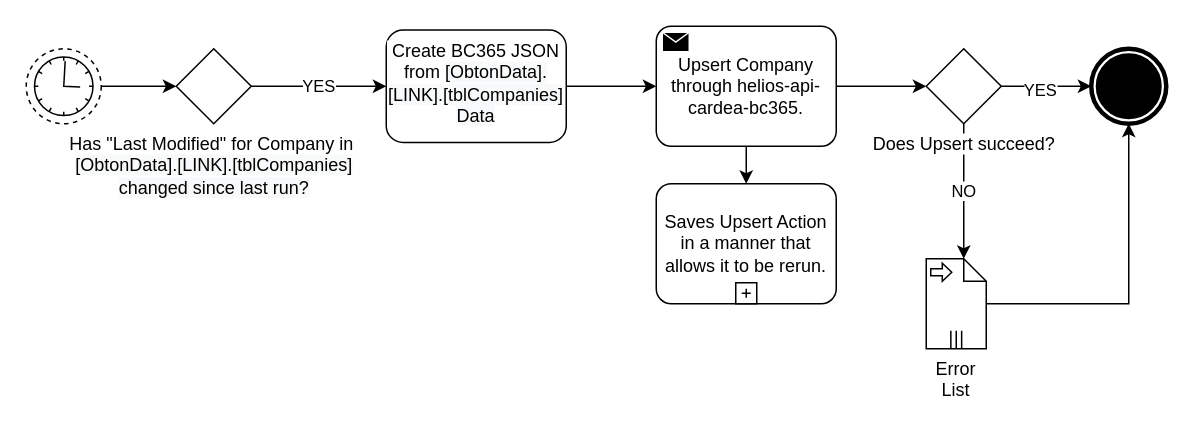
enkopvand/enterprise-architecture keeps this draw.io diagram as page "UpsertCompany" (2 of 8) of bc365.drawio. Above is the earlier version. Source tidied: cells renumbered, new cells numbered last; positions are measured from the earlier drawing's top-left corner, leaving out a move shared by most shapes. Both pictures are drawn from the tidied source at 150%, with x=0, y=0 at pixel (26, 26).
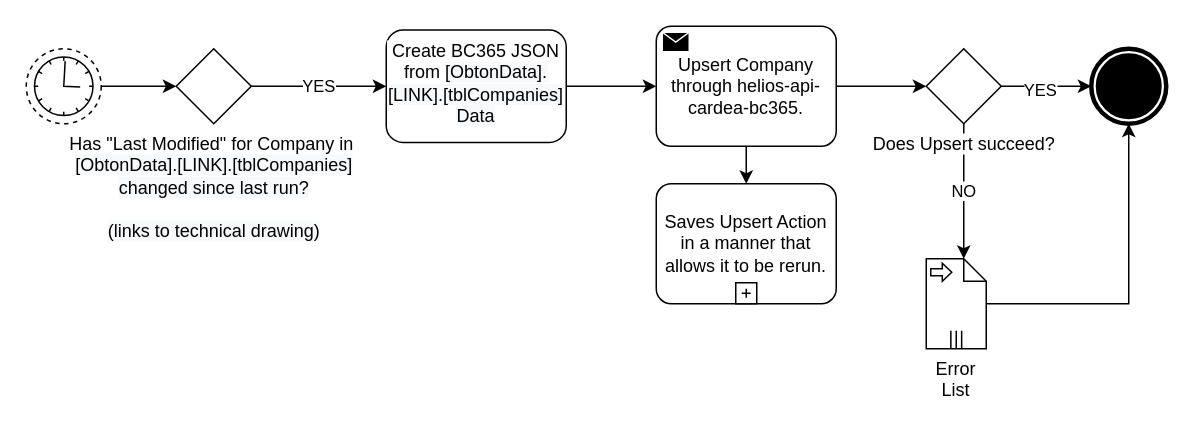
The same diagram, later.

Diff of the diagram source:
```diff
@@
 <mxGraphModel>
   <root>
     <mxCell id="0" />
     <mxCell id="1" parent="0" />
     <mxCell id="2" style="edgeStyle=orthogonalEdgeStyle;rounded=0;jettySize=auto;html=1;entryX=0;entryY=0.5;entryDx=0;entryDy=0;entryPerimeter=0;" parent="1" edge="1" source="3" target="7">
       <mxGeometry relative="1" as="geometry" />
     </mxCell>
     <mxCell id="3" style="points=[[0.145,0.145,0],[0.5,0,0],[0.855,0.145,0],[1,0.5,0],[0.855,0.855,0],[0.5,1,0],[0.145,0.855,0],[0,0.5,0]];shape=mxgraph.bpmn.event;html=1;verticalLabelPosition=bottom;labelBackgroundColor=#ffffff;verticalAlign=top;align=center;perimeter=ellipsePerimeter;outlineConnect=0;outline=eventNonint;symbol=timer;" parent="1" vertex="1">
       <mxGeometry y="15" width="50" height="50" as="geometry" />
     </mxCell>
     <mxCell id="4" value="YES" style="edgeStyle=orthogonalEdgeStyle;rounded=0;jettySize=auto;html=1;" parent="1" edge="1" source="7" target="6">
       <mxGeometry relative="1" as="geometry" />
     </mxCell>
     <mxCell id="5" style="edgeStyle=orthogonalEdgeStyle;rounded=0;jettySize=auto;html=1;entryX=0;entryY=0.5;entryDx=0;entryDy=0;entryPerimeter=0;" parent="1" edge="1" source="6" target="11">
       <mxGeometry relative="1" as="geometry" />
     </mxCell>
     <mxCell id="6" value="Create BC365 JSON from&amp;nbsp;&lt;span style=&quot;background-color: rgb(248, 249, 250);&quot;&gt;[ObtonData].[LINK].[tblCompanies] Data&lt;/span&gt;" style="rounded=1;whiteSpace=wrap;html=1;verticalAlign=top;labelBackgroundColor=#ffffff;spacingBottom=0;spacingTop=0;" parent="1" vertex="1">
       <mxGeometry x="240" y="2.5" width="120" height="75" as="geometry" />
     </mxCell>
-    <mxCell id="7" value="Has &quot;Last Modified&quot; for Company in&amp;nbsp;&lt;br&gt;&lt;span style=&quot;background-color: rgb(248, 249, 250);&quot;&gt;[ObtonData].[LINK].[tblCompanies] &lt;br&gt;changed since last run?&lt;/span&gt;" style="points=[[0.25,0.25,0],[0.5,0,0],[0.75,0.25,0],[1,0.5,0],[0.75,0.75,0],[0.5,1,0],[0.25,0.75,0],[0,0.5,0]];shape=mxgraph.bpmn.gateway2;html=1;verticalLabelPosition=bottom;labelBackgroundColor=#ffffff;verticalAlign=top;align=center;perimeter=rhombusPerimeter;outlineConnect=0;outline=none;symbol=none;" parent="1" vertex="1">
+    <mxCell id="7" value="Has &quot;Last Modified&quot; for Company in&amp;nbsp;&lt;br&gt;&lt;span style=&quot;background-color: rgb(248, 249, 250);&quot;&gt;[ObtonData].[LINK].[tblCompanies] &lt;br&gt;changed since last run?&lt;br&gt;&lt;br&gt;(links to technical drawing)&lt;br&gt;&lt;/span&gt;" style="points=[[0.25,0.25,0],[0.5,0,0],[0.75,0.25,0],[1,0.5,0],[0.75,0.75,0],[0.5,1,0],[0.25,0.75,0],[0,0.5,0]];shape=mxgraph.bpmn.gateway2;html=1;verticalLabelPosition=bottom;labelBackgroundColor=#ffffff;verticalAlign=top;align=center;perimeter=rhombusPerimeter;outlineConnect=0;outline=none;symbol=none;" parent="1" vertex="1">
       <mxGeometry x="100" y="15" width="50" height="50" as="geometry" />
     </mxCell>
     <mxCell id="8" value="Saves Upsert Action in a manner that allows it to be rerun." style="points=[[0.25,0,0],[0.5,0,0],[0.75,0,0],[1,0.25,0],[1,0.5,0],[1,0.75,0],[0.75,1,0],[0.5,1,0],[0.25,1,0],[0,0.75,0],[0,0.5,0],[0,0.25,0]];shape=mxgraph.bpmn.task;whiteSpace=wrap;rectStyle=rounded;size=10;taskMarker=abstract;isLoopSub=1;" parent="1" vertex="1">
       <mxGeometry x="420" y="105" width="120" height="80" as="geometry" />
     </mxCell>
     <mxCell id="9" style="edgeStyle=orthogonalEdgeStyle;rounded=0;jettySize=auto;html=1;" parent="1" edge="1" source="11" target="8">
       <mxGeometry relative="1" as="geometry" />
     </mxCell>
     <mxCell id="10" style="edgeStyle=orthogonalEdgeStyle;rounded=0;jettySize=auto;html=1;entryX=0;entryY=0.5;entryDx=0;entryDy=0;entryPerimeter=0;" parent="1" edge="1" source="11" target="15">
       <mxGeometry relative="1" as="geometry" />
     </mxCell>
     <mxCell id="11" value="Upsert Company through helios-api-cardea-bc365." style="points=[[0.25,0,0],[0.5,0,0],[0.75,0,0],[1,0.25,0],[1,0.5,0],[1,0.75,0],[0.75,1,0],[0.5,1,0],[0.25,1,0],[0,0.75,0],[0,0.5,0],[0,0.25,0]];shape=mxgraph.bpmn.task;whiteSpace=wrap;rectStyle=rounded;size=10;taskMarker=send;" parent="1" vertex="1">
       <mxGeometry x="420" width="120" height="80" as="geometry" />
     </mxCell>
     <mxCell id="12" style="edgeStyle=orthogonalEdgeStyle;rounded=0;jettySize=auto;html=1;entryX=0;entryY=0.5;entryDx=0;entryDy=0;entryPerimeter=0;" parent="1" edge="1" source="15" target="16">
       <mxGeometry relative="1" as="geometry" />
     </mxCell>
     <mxCell id="13" value="YES" style="edgeLabel;html=1;align=center;verticalAlign=middle;" parent="12" vertex="1">
       <mxGeometry x="-0.18" y="-2" relative="1" as="geometry" />
     </mxCell>
     <mxCell id="14" value="NO" style="edgeStyle=orthogonalEdgeStyle;rounded=0;jettySize=auto;html=1;entryX=0;entryY=0;entryDx=25;entryDy=0;entryPerimeter=0;" parent="1" edge="1" source="15" target="18">
       <mxGeometry relative="1" as="geometry" />
     </mxCell>
     <mxCell id="15" value="Does Upsert succeed?" style="points=[[0.25,0.25,0],[0.5,0,0],[0.75,0.25,0],[1,0.5,0],[0.75,0.75,0],[0.5,1,0],[0.25,0.75,0],[0,0.5,0]];shape=mxgraph.bpmn.gateway2;html=1;verticalLabelPosition=bottom;labelBackgroundColor=#ffffff;verticalAlign=top;align=center;perimeter=rhombusPerimeter;outlineConnect=0;outline=none;symbol=none;" parent="1" vertex="1">
       <mxGeometry x="600" y="15" width="50" height="50" as="geometry" />
     </mxCell>
     <mxCell id="16" style="points=[[0.145,0.145,0],[0.5,0,0],[0.855,0.145,0],[1,0.5,0],[0.855,0.855,0],[0.5,1,0],[0.145,0.855,0],[0,0.5,0]];shape=mxgraph.bpmn.event;html=1;verticalLabelPosition=bottom;labelBackgroundColor=#ffffff;verticalAlign=top;align=center;perimeter=ellipsePerimeter;outlineConnect=0;outline=end;symbol=terminate;" parent="1" vertex="1">
       <mxGeometry x="710" y="15" width="50" height="50" as="geometry" />
     </mxCell>
     <mxCell id="17" style="edgeStyle=orthogonalEdgeStyle;rounded=0;jettySize=auto;html=1;entryX=0.5;entryY=1;entryDx=0;entryDy=0;entryPerimeter=0;" parent="1" edge="1" source="18" target="16">
       <mxGeometry relative="1" as="geometry" />
     </mxCell>
     <mxCell id="18" value="Error List" style="shape=mxgraph.bpmn.data;labelPosition=center;verticalLabelPosition=bottom;align=center;verticalAlign=top;whiteSpace=wrap;size=15;html=1;bpmnTransferType=input;isCollection=1;" parent="1" vertex="1">
       <mxGeometry x="600" y="155" width="40" height="60" as="geometry" />
     </mxCell>
   </root>
 </mxGraphModel>
```
